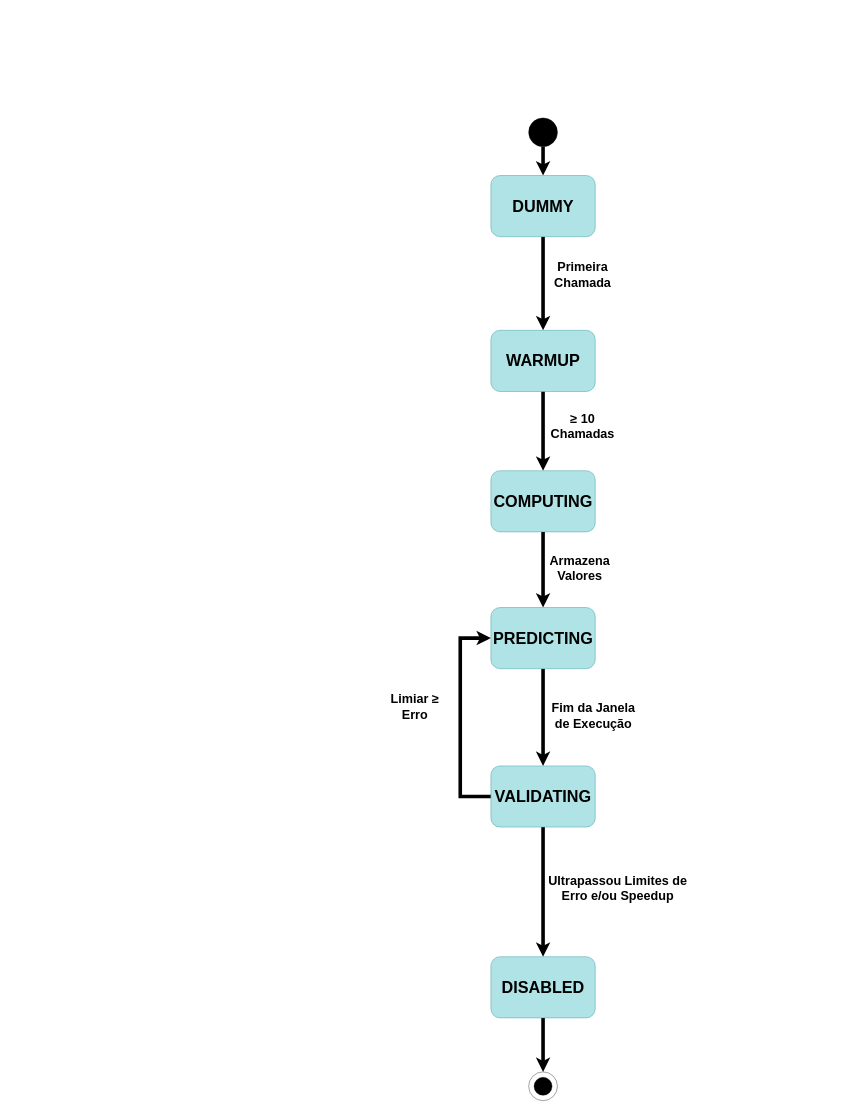
Before: diagramas/memo.drawio in Victor-Briganti/TCC, a draw.io diagram. Source tidied: cells renumbered, new cells numbered last; positions are measured from the earlier drawing's top-left corner, leaving out a move shared by most shapes. Both pictures are drawn from the tidied source at 36%, with x=0, y=0 at pixel (377, 118).
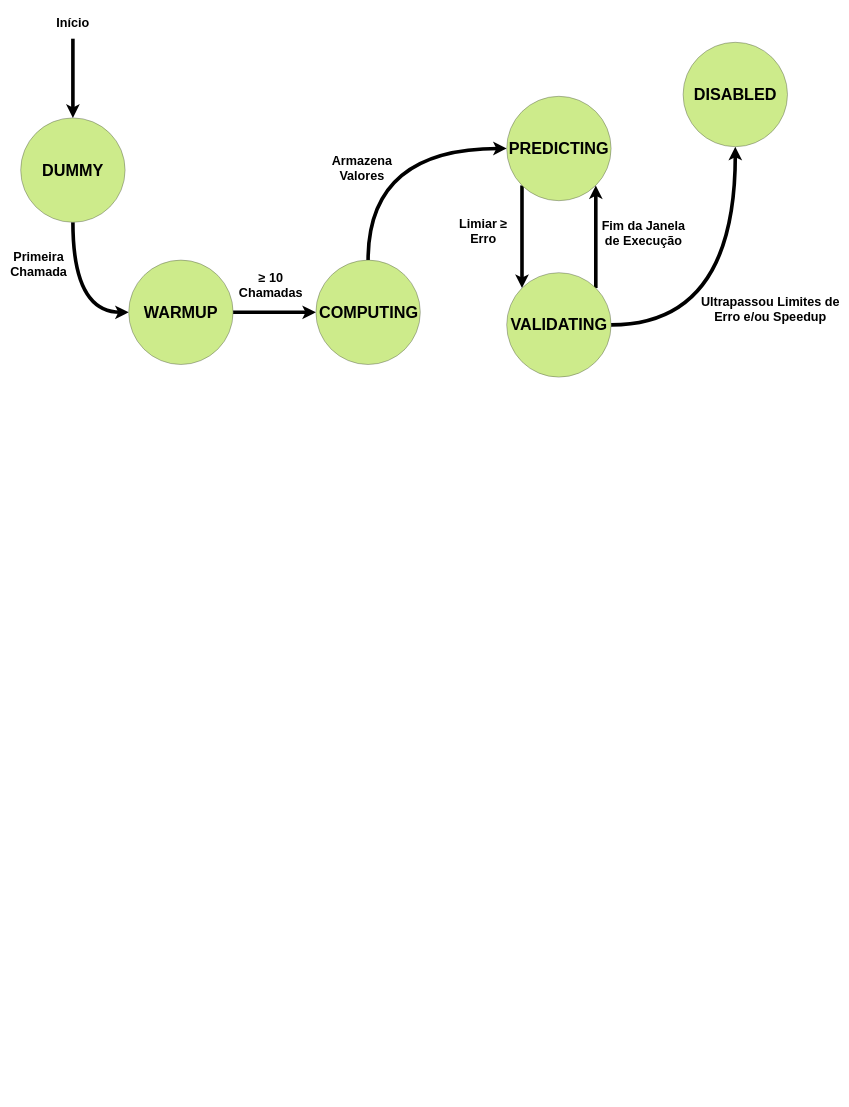
The same page after the edit.

What changed in the source:
```diff
@@
-    <mxCell id="2" style="edgeStyle=none;curved=1;rounded=0;jettySize=auto;html=1;exitX=0.5;exitY=1;exitDx=0;exitDy=0;entryX=0.5;entryY=0;entryDx=0;entryDy=0;fontSize=12;startSize=8;endSize=8;strokeWidth=10;" parent="1" edge="1" source="3" target="5">
-      <mxGeometry relative="1" as="geometry" />
-    </mxCell>
-    <mxCell id="3" style="ellipse;whiteSpace=wrap;html=1;fillColor=light-dark(#000000,#000000);strokeColor=light-dark(#000000,#000000);gradientColor=none;fillStyle=solid;" parent="1" vertex="1">
-      <mxGeometry x="421" width="80" height="80" as="geometry" />
-    </mxCell>
-    <mxCell id="4" style="edgeStyle=none;curved=1;rounded=0;jettySize=auto;html=1;exitX=0.5;exitY=1;exitDx=0;exitDy=0;fontSize=12;startSize=8;endSize=8;strokeWidth=10;" parent="1" edge="1" source="5" target="7">
+    <mxCell id="4" style="edgeStyle=orthogonalEdgeStyle;rounded=0;jettySize=auto;html=1;exitX=0.5;exitY=1;exitDx=0;exitDy=0;entryX=0;entryY=0.5;entryDx=0;entryDy=0;curved=1;strokeWidth=10;" parent="1" edge="1" source="5" target="7">
       <mxGeometry relative="1" as="geometry" />
     </mxCell>
-    <mxCell id="5" value="&lt;font style=&quot;font-size: 45px;&quot;&gt;DUMMY&lt;/font&gt;" style="rounded=1;whiteSpace=wrap;html=1;fillColor=#b0e3e6;strokeColor=#0e8088;fontStyle=1;" parent="1" vertex="1">
-      <mxGeometry x="316" y="160" width="290" height="170" as="geometry" />
+    <mxCell id="5" value="&lt;b&gt;&lt;font style=&quot;font-size: 45px;&quot;&gt;DUMMY&lt;/font&gt;&lt;/b&gt;" style="ellipse;whiteSpace=wrap;html=1;fillColor=#cdeb8b;strokeColor=#36393d;" parent="1" vertex="1">
+      <mxGeometry x="-990" width="290" height="290" as="geometry" />
     </mxCell>
-    <mxCell id="6" style="edgeStyle=none;curved=1;rounded=0;jettySize=auto;html=1;exitX=0.5;exitY=1;exitDx=0;exitDy=0;entryX=0.5;entryY=0;entryDx=0;entryDy=0;fontSize=12;startSize=8;endSize=8;strokeWidth=10;" parent="1" edge="1" source="7" target="10">
+    <mxCell id="6" style="edgeStyle=orthogonalEdgeStyle;rounded=0;jettySize=auto;html=1;exitX=1;exitY=0.5;exitDx=0;exitDy=0;entryX=0;entryY=0.5;entryDx=0;entryDy=0;curved=1;strokeWidth=10;" parent="1" edge="1" source="7" target="10">
       <mxGeometry relative="1" as="geometry" />
     </mxCell>
-    <mxCell id="7" value="&lt;font style=&quot;font-size: 45px;&quot;&gt;WARMUP&lt;/font&gt;" style="rounded=1;whiteSpace=wrap;html=1;fillColor=#b0e3e6;strokeColor=#0e8088;fontStyle=1;" parent="1" vertex="1">
-      <mxGeometry x="316" y="590" width="290" height="170" as="geometry" />
+    <mxCell id="7" value="&lt;b&gt;&lt;font style=&quot;font-size: 45px;&quot;&gt;WARMUP&lt;/font&gt;&lt;/b&gt;" style="ellipse;whiteSpace=wrap;html=1;fillColor=#cdeb8b;strokeColor=#36393d;" parent="1" vertex="1">
+      <mxGeometry x="-690" y="395" width="290" height="290" as="geometry" />
     </mxCell>
-    <mxCell id="8" value="Primeira Chamada" style="text;html=1;whiteSpace=wrap;strokeColor=none;fillColor=none;align=center;verticalAlign=middle;rounded=0;fontSize=35;fontStyle=1;" parent="1" vertex="1">
-      <mxGeometry x="481" y="390" width="180" height="90" as="geometry" />
-    </mxCell>
-    <mxCell id="9" style="edgeStyle=none;curved=1;rounded=0;jettySize=auto;html=1;exitX=0.5;exitY=1;exitDx=0;exitDy=0;entryX=0.5;entryY=0;entryDx=0;entryDy=0;fontSize=12;startSize=8;endSize=8;strokeWidth=10;" parent="1" edge="1" source="10" target="13">
+    <mxCell id="9" style="edgeStyle=orthogonalEdgeStyle;rounded=0;jettySize=auto;html=1;exitX=0.5;exitY=0;exitDx=0;exitDy=0;entryX=0;entryY=0.5;entryDx=0;entryDy=0;curved=1;strokeWidth=10;" parent="1" edge="1" source="10" target="13">
       <mxGeometry relative="1" as="geometry" />
     </mxCell>
-    <mxCell id="10" value="&lt;font style=&quot;font-size: 45px;&quot;&gt;COMPUTING&lt;/font&gt;" style="rounded=1;whiteSpace=wrap;html=1;fillColor=#b0e3e6;strokeColor=#0e8088;fontStyle=1;" parent="1" vertex="1">
-      <mxGeometry x="316" y="980" width="290" height="170" as="geometry" />
+    <mxCell id="10" value="&amp;nbsp;&lt;b&gt;&lt;font style=&quot;font-size: 45px;&quot;&gt;COMPUTING&lt;/font&gt;&lt;/b&gt;" style="ellipse;whiteSpace=wrap;html=1;fillColor=#cdeb8b;strokeColor=#36393d;" parent="1" vertex="1">
+      <mxGeometry x="-170" y="395" width="290" height="290" as="geometry" />
     </mxCell>
-    <mxCell id="11" value="&lt;font&gt;≥ 10 Chamadas&lt;/font&gt;" style="text;html=1;whiteSpace=wrap;strokeColor=none;fillColor=none;align=center;verticalAlign=middle;rounded=0;fontSize=35;fontStyle=1;" parent="1" vertex="1">
-      <mxGeometry x="466" y="810" width="210" height="90" as="geometry" />
-    </mxCell>
-    <mxCell id="12" style="edgeStyle=none;curved=1;rounded=0;jettySize=auto;html=1;exitX=0.5;exitY=1;exitDx=0;exitDy=0;entryX=0.5;entryY=0;entryDx=0;entryDy=0;fontSize=12;startSize=8;endSize=8;strokeWidth=10;" parent="1" edge="1" source="13" target="17">
+    <mxCell id="12" style="edgeStyle=orthogonalEdgeStyle;rounded=0;jettySize=auto;html=1;exitX=0;exitY=1;exitDx=0;exitDy=0;entryX=0;entryY=0;entryDx=0;entryDy=0;curved=1;strokeWidth=10;" parent="1" edge="1" source="13" target="17">
       <mxGeometry relative="1" as="geometry" />
     </mxCell>
-    <mxCell id="13" value="&lt;font style=&quot;font-size: 45px;&quot;&gt;PREDICTING&lt;/font&gt;" style="rounded=1;whiteSpace=wrap;html=1;fillColor=#b0e3e6;strokeColor=#0e8088;fontStyle=1;" parent="1" vertex="1">
-      <mxGeometry x="316" y="1360" width="290" height="170" as="geometry" />
+    <mxCell id="13" value="&lt;b&gt;&lt;font style=&quot;font-size: 45px;&quot;&gt;PREDICTING&lt;/font&gt;&lt;/b&gt;" style="ellipse;whiteSpace=wrap;html=1;fillColor=#cdeb8b;strokeColor=#36393d;" parent="1" vertex="1">
+      <mxGeometry x="360" y="-60" width="290" height="290" as="geometry" />
     </mxCell>
-    <mxCell id="14" value="&lt;span&gt;Armazena Valores&lt;/span&gt;" style="text;html=1;whiteSpace=wrap;strokeColor=none;fillColor=none;align=center;verticalAlign=middle;rounded=0;fontSize=35;fontStyle=1;" parent="1" vertex="1">
-      <mxGeometry x="466" y="1210" width="194" height="80" as="geometry" />
-    </mxCell>
-    <mxCell id="15" style="edgeStyle=none;curved=0;rounded=0;jettySize=auto;html=1;exitX=0;exitY=0.5;exitDx=0;exitDy=0;fontSize=12;startSize=8;endSize=8;entryX=0;entryY=0.5;entryDx=0;entryDy=0;strokeWidth=10;" parent="1" edge="1" source="17" target="13">
-      <mxGeometry relative="1" as="geometry">
-        <Array as="points">
-          <mxPoint x="231" y="1885" />
-          <mxPoint x="231" y="1445" />
-        </Array>
-      </mxGeometry>
+    <mxCell id="15" style="edgeStyle=orthogonalEdgeStyle;rounded=0;jettySize=auto;html=1;exitX=1;exitY=0;exitDx=0;exitDy=0;entryX=1;entryY=1;entryDx=0;entryDy=0;curved=1;strokeWidth=10;" parent="1" edge="1" source="17" target="13">
+      <mxGeometry relative="1" as="geometry" />
     </mxCell>
-    <mxCell id="16" style="edgeStyle=none;curved=1;rounded=0;jettySize=auto;html=1;exitX=0.5;exitY=1;exitDx=0;exitDy=0;fontSize=12;startSize=8;endSize=8;strokeWidth=10;" parent="1" edge="1" source="17" target="20">
+    <mxCell id="16" style="edgeStyle=orthogonalEdgeStyle;rounded=0;jettySize=auto;html=1;exitX=1;exitY=0.5;exitDx=0;exitDy=0;curved=1;strokeWidth=10;" parent="1" edge="1" source="17" target="20">
       <mxGeometry relative="1" as="geometry" />
     </mxCell>
-    <mxCell id="17" value="&lt;font style=&quot;font-size: 45px;&quot;&gt;VALIDATING&lt;/font&gt;" style="rounded=1;whiteSpace=wrap;html=1;fillColor=#b0e3e6;strokeColor=#0e8088;fontStyle=1;" parent="1" vertex="1">
-      <mxGeometry x="316" y="1800" width="290" height="170" as="geometry" />
+    <mxCell id="17" value="&lt;b&gt;&lt;font style=&quot;font-size: 45px;&quot;&gt;VALIDATING&lt;/font&gt;&lt;/b&gt;" style="ellipse;whiteSpace=wrap;html=1;fillColor=#cdeb8b;strokeColor=#36393d;" parent="1" vertex="1">
+      <mxGeometry x="360" y="430" width="290" height="290" as="geometry" />
     </mxCell>
+    <mxCell id="20" value="&lt;b&gt;&lt;font style=&quot;font-size: 45px;&quot;&gt;DISABLED&lt;/font&gt;&lt;/b&gt;" style="ellipse;whiteSpace=wrap;html=1;fillColor=#cdeb8b;strokeColor=#36393d;" parent="1" vertex="1">
+      <mxGeometry x="850" y="-210" width="290" height="290" as="geometry" />
+    </mxCell>
+    <mxCell id="8" value="Primeira Chamada" style="text;html=1;whiteSpace=wrap;strokeColor=none;fillColor=none;align=center;verticalAlign=middle;rounded=0;fontSize=35;fontStyle=1;" parent="1" vertex="1">
+      <mxGeometry x="-1030" y="360" width="180" height="90" as="geometry" />
+    </mxCell>
+    <mxCell id="11" value="&lt;font&gt;≥ 10 Chamadas&lt;/font&gt;" style="text;html=1;whiteSpace=wrap;strokeColor=none;fillColor=none;align=center;verticalAlign=middle;rounded=0;fontSize=35;fontStyle=1;" parent="1" vertex="1">
+      <mxGeometry x="-390" y="420" width="190" height="90" as="geometry" />
+    </mxCell>
+    <mxCell id="14" value="&lt;span&gt;Armazena Valores&lt;/span&gt;" style="text;html=1;whiteSpace=wrap;strokeColor=none;fillColor=none;align=center;verticalAlign=middle;rounded=0;fontSize=35;fontStyle=1;" parent="1" vertex="1">
+      <mxGeometry x="-139" y="100" width="194" height="80" as="geometry" />
+    </mxCell>
+    <mxCell id="24" value="&lt;font&gt;Limiar ≥ Erro&lt;/font&gt;" style="text;html=1;whiteSpace=wrap;strokeColor=none;fillColor=none;align=center;verticalAlign=middle;rounded=0;fontSize=35;fontStyle=1;" parent="1" vertex="1">
+      <mxGeometry x="190" y="270" width="210" height="90" as="geometry" />
+    </mxCell>
     <mxCell id="18" value="&lt;span&gt;Fim da Janela de Execução&lt;/span&gt;" style="text;html=1;whiteSpace=wrap;strokeColor=none;fillColor=none;align=center;verticalAlign=middle;rounded=0;fontSize=35;fontStyle=1;" parent="1" vertex="1">
-      <mxGeometry x="481" y="1620" width="240" height="80" as="geometry" />
+      <mxGeometry x="620" y="280" width="240" height="80" as="geometry" />
     </mxCell>
-    <mxCell id="19" style="edgeStyle=none;curved=1;rounded=0;jettySize=auto;html=1;exitX=0.5;exitY=1;exitDx=0;exitDy=0;entryX=0.5;entryY=0;entryDx=0;entryDy=0;fontSize=12;startSize=8;endSize=8;strokeWidth=10;" parent="1" edge="1" source="20" target="22">
-      <mxGeometry relative="1" as="geometry" />
-    </mxCell>
-    <mxCell id="20" value="&lt;font style=&quot;font-size: 45px;&quot;&gt;DISABLED&lt;/font&gt;" style="rounded=1;whiteSpace=wrap;html=1;fillColor=#b0e3e6;strokeColor=#0e8088;fontStyle=1;" parent="1" vertex="1">
-      <mxGeometry x="316" y="2330" width="290" height="170" as="geometry" />
-    </mxCell>
     <mxCell id="21" value="&lt;span&gt;Ultrapassou Limites de Erro e/ou Speedup&lt;/span&gt;" style="text;html=1;whiteSpace=wrap;strokeColor=none;fillColor=none;align=center;verticalAlign=middle;rounded=0;fontSize=35;fontStyle=1;" parent="1" vertex="1">
-      <mxGeometry x="466" y="2100" width="405" height="80" as="geometry" />
+      <mxGeometry x="890" y="490" width="405" height="80" as="geometry" />
     </mxCell>
-    <mxCell id="22" style="ellipse;whiteSpace=wrap;html=1;fillColor=light-dark(#FFFFFF,#000000);strokeColor=light-dark(#000000,#000000);gradientColor=none;fillStyle=solid;" parent="1" vertex="1">
-      <mxGeometry x="421" y="2650" width="80" height="80" as="geometry" />
-    </mxCell>
-    <mxCell id="23" style="ellipse;whiteSpace=wrap;html=1;fillColor=light-dark(#000000,#000000);strokeColor=light-dark(#000000,#000000);gradientColor=none;fillStyle=solid;" parent="1" vertex="1">
-      <mxGeometry x="436" y="2665" width="50" height="50" as="geometry" />
-    </mxCell>
-    <mxCell id="24" value="&lt;font&gt;Limiar ≥ Erro&lt;/font&gt;" style="text;html=1;whiteSpace=wrap;strokeColor=none;fillColor=none;align=center;verticalAlign=middle;rounded=0;fontSize=35;fontStyle=1;" parent="1" vertex="1">
-      <mxGeometry y="1590" width="210" height="90" as="geometry" />
-    </mxCell>
+    <mxCell id="25" style="edgeStyle=orthogonalEdgeStyle;rounded=0;jettySize=auto;html=1;exitX=0.5;exitY=1;exitDx=0;exitDy=0;entryX=0.5;entryY=0;entryDx=0;entryDy=0;curved=1;strokeWidth=10;" parent="1" edge="1" source="26" target="5">
+      <mxGeometry relative="1" as="geometry" />
+    </mxCell>
+    <mxCell id="26" value="Início" style="text;html=1;whiteSpace=wrap;strokeColor=none;fillColor=none;align=center;verticalAlign=middle;rounded=0;fontSize=35;fontStyle=1;" parent="1" vertex="1">
+      <mxGeometry x="-935" y="-310" width="180" height="90" as="geometry" />
+    </mxCell>
```
